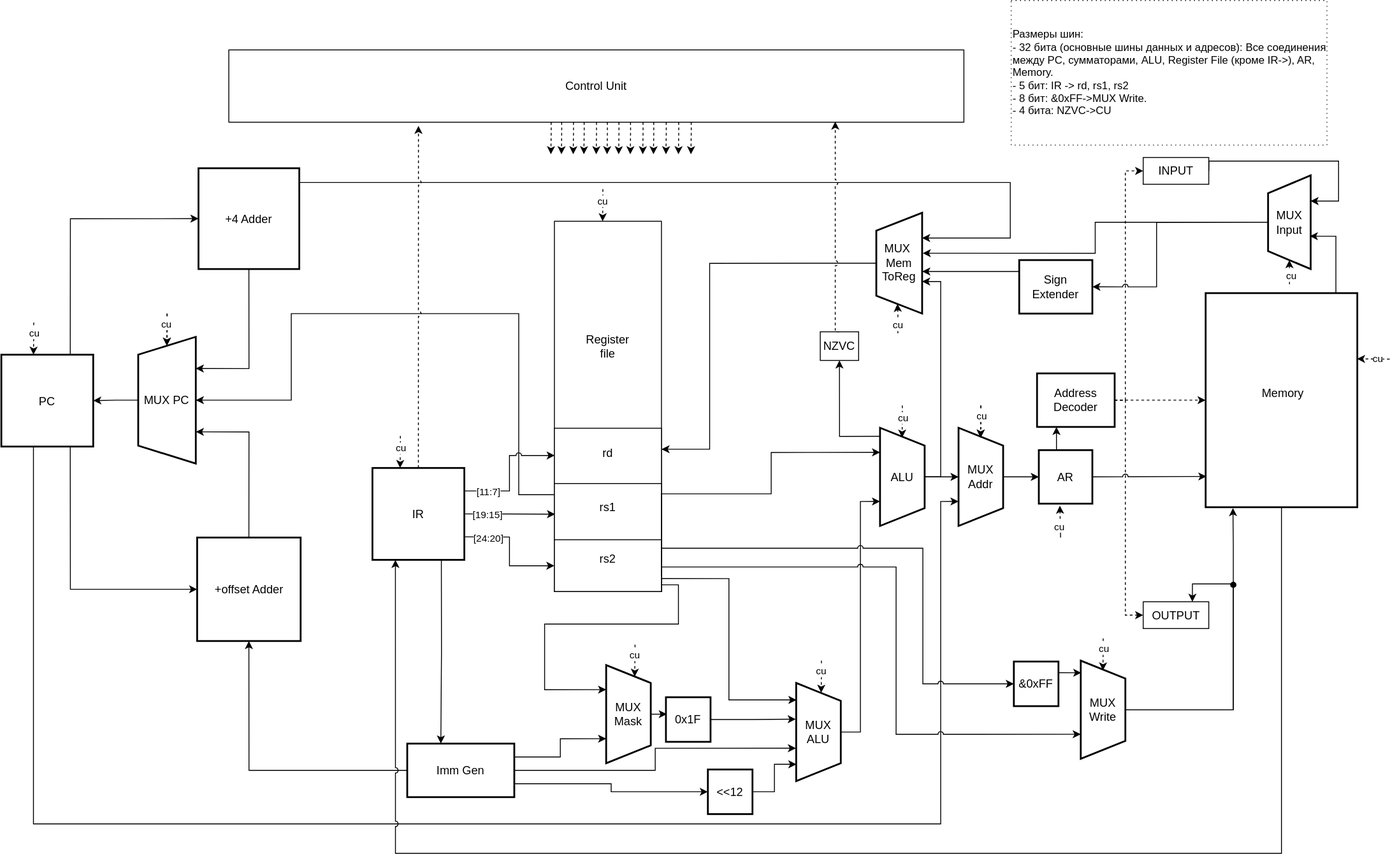
Before: new_vers.drawio.svg, a diagram exported from draw.io (Cass11037/csa-scheme). Source tidied: cells renumbered, new cells last; positions are measured from the earlier drawing's top-left corner, leaving out a move shared by most shapes.
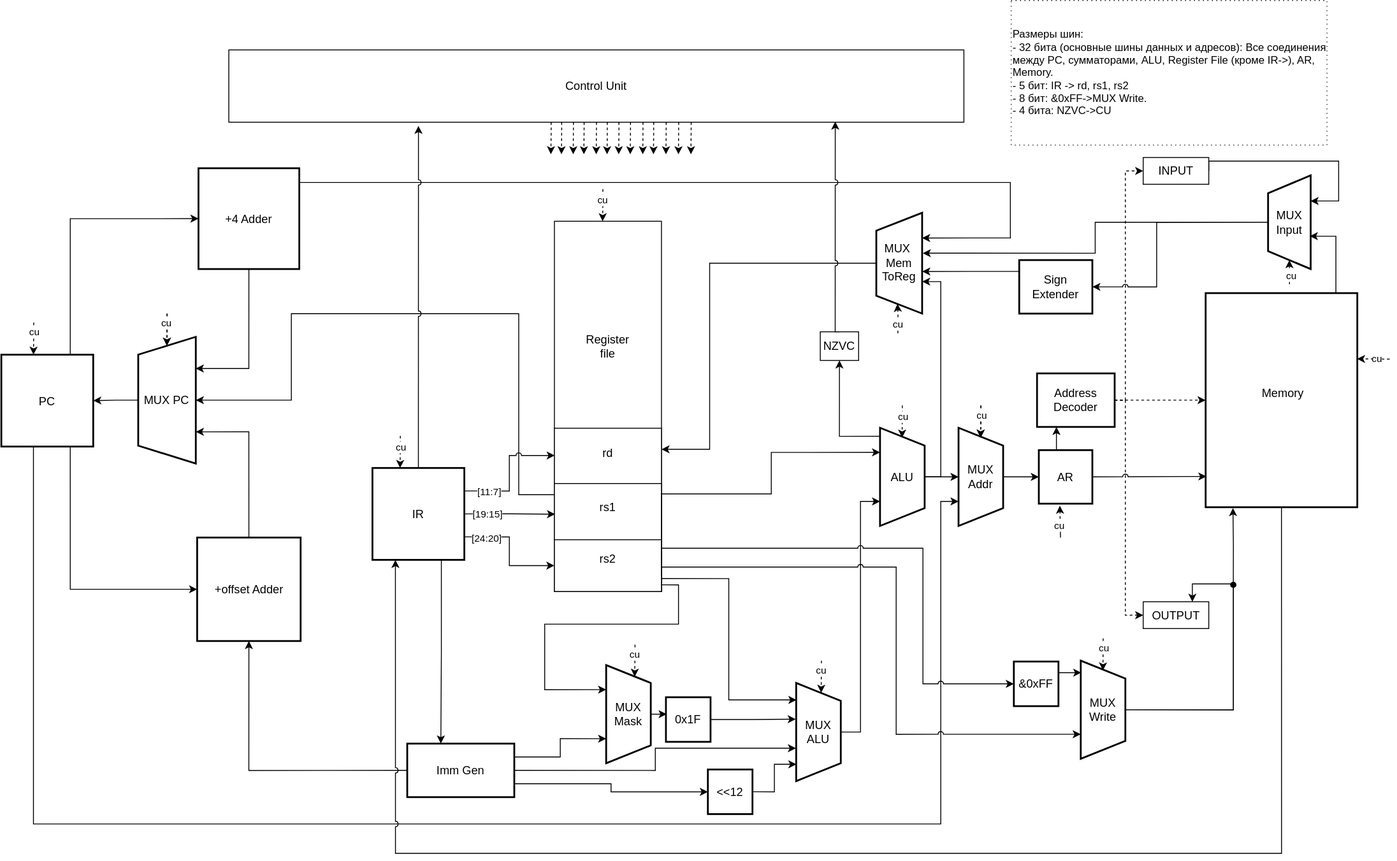
Later version of the same file.

Commit message:
fix(cu): changed arrows ir to cu && nzvc to cu

What changed in the source:
```diff
@@ -294,14 +294,14 @@
     <mxCell id="69" value="&lt;font&gt;Control Unit&lt;/font&gt;" style="rounded=0;whiteSpace=wrap;html=1;rotation=0;labelBackgroundColor=none;fontSize=13;" parent="1" vertex="1">
       <mxGeometry x="255" y="55.4" width="824" height="81" as="geometry" />
     </mxCell>
-    <mxCell id="70" style="edgeStyle=orthogonalEdgeStyle;rounded=0;jettySize=auto;html=1;exitX=0.5;exitY=1;exitDx=0;exitDy=0;entryX=0.825;entryY=0.991;entryDx=0;entryDy=0;entryPerimeter=0;dashed=1;jumpStyle=arc;" parent="1" edge="1" source="60" target="69">
+    <mxCell id="70" style="edgeStyle=orthogonalEdgeStyle;rounded=0;jettySize=auto;html=1;exitX=0.5;exitY=1;exitDx=0;exitDy=0;entryX=0.825;entryY=0.991;entryDx=0;entryDy=0;entryPerimeter=0;jumpStyle=arc;" parent="1" edge="1" source="60" target="69">
       <mxGeometry relative="1" as="geometry">
         <Array as="points">
           <mxPoint x="935" y="371" />
         </Array>
       </mxGeometry>
     </mxCell>
-    <mxCell id="71" style="edgeStyle=orthogonalEdgeStyle;rounded=0;jettySize=auto;html=1;exitX=0.5;exitY=0;exitDx=0;exitDy=0;entryX=0.258;entryY=1.05;entryDx=0;entryDy=0;dashed=1;jumpStyle=arc;entryPerimeter=0;startArrow=none;startFill=0;" parent="1" edge="1" source="29" target="69">
+    <mxCell id="71" style="edgeStyle=orthogonalEdgeStyle;rounded=0;jettySize=auto;html=1;exitX=0.5;exitY=0;exitDx=0;exitDy=0;entryX=0.258;entryY=1.05;entryDx=0;entryDy=0;jumpStyle=arc;entryPerimeter=0;startArrow=none;startFill=0;" parent="1" edge="1" source="29" target="69">
       <mxGeometry relative="1" as="geometry" />
     </mxCell>
     <mxCell id="72" value="&lt;div&gt;Размеры шин:&lt;/div&gt;&lt;div&gt;- 32 бита (основные шины данных и адресов):&amp;nbsp;&lt;span style=&quot;background-color: transparent; color: light-dark(rgb(0, 0, 0), rgb(255, 255, 255));&quot;&gt;Все соединения между PC, сумматорами, ALU, Register File (кроме IR-&amp;gt;), AR, Memory.&lt;/span&gt;&lt;/div&gt;&lt;div&gt;- 5 бит: IR -&amp;gt; rd, rs1, rs2&lt;/div&gt;&lt;div&gt;- 8 бит:&lt;span style=&quot;background-color: transparent; color: light-dark(rgb(0, 0, 0), rgb(255, 255, 255));&quot;&gt;&amp;nbsp;&amp;amp;0xFF-&amp;gt;MUX Write.&lt;/span&gt;&lt;/div&gt;&lt;div&gt;- 4 бита: NZVC-&amp;gt;CU&lt;br&gt;&lt;/div&gt;" style="text;html=1;whiteSpace=wrap;strokeColor=default;fillColor=none;align=left;verticalAlign=middle;rounded=0;dashed=1;dashPattern=1 4;" parent="1" vertex="1">
```
